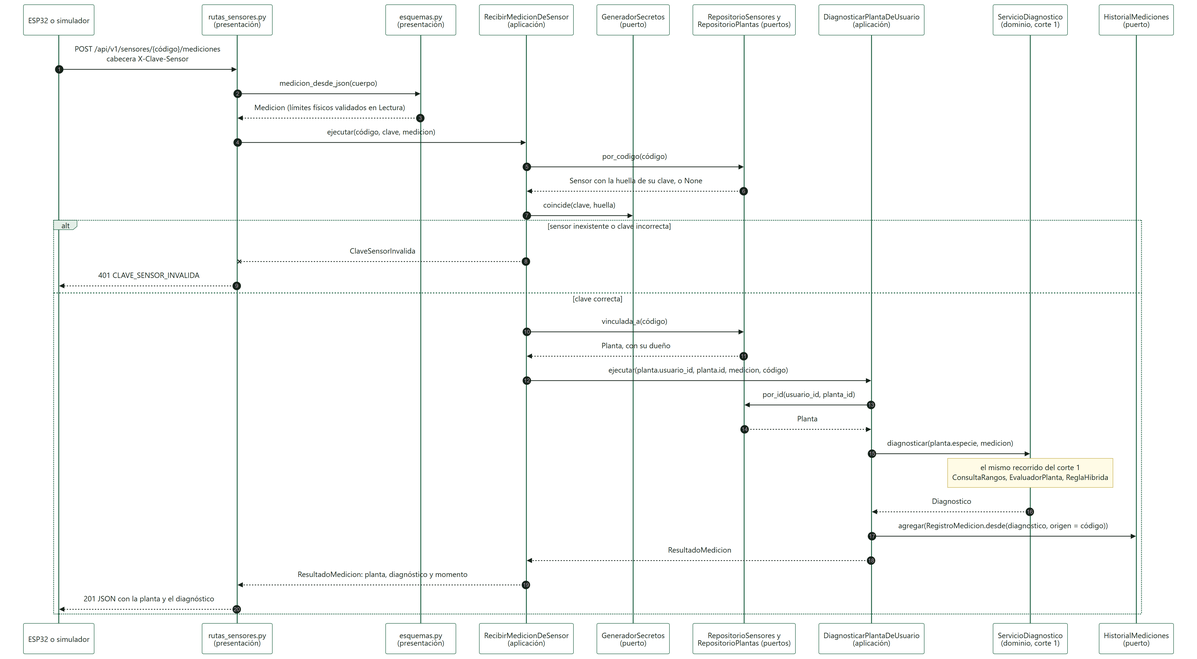
The Mermaid diagram docs/diagramas/secuencia-medicion-sensor.png in Pipelol0723/matera-inteligente, before a commit. Its source is kept beside it as docs/diagramas/secuencia-medicion-sensor.mmd.
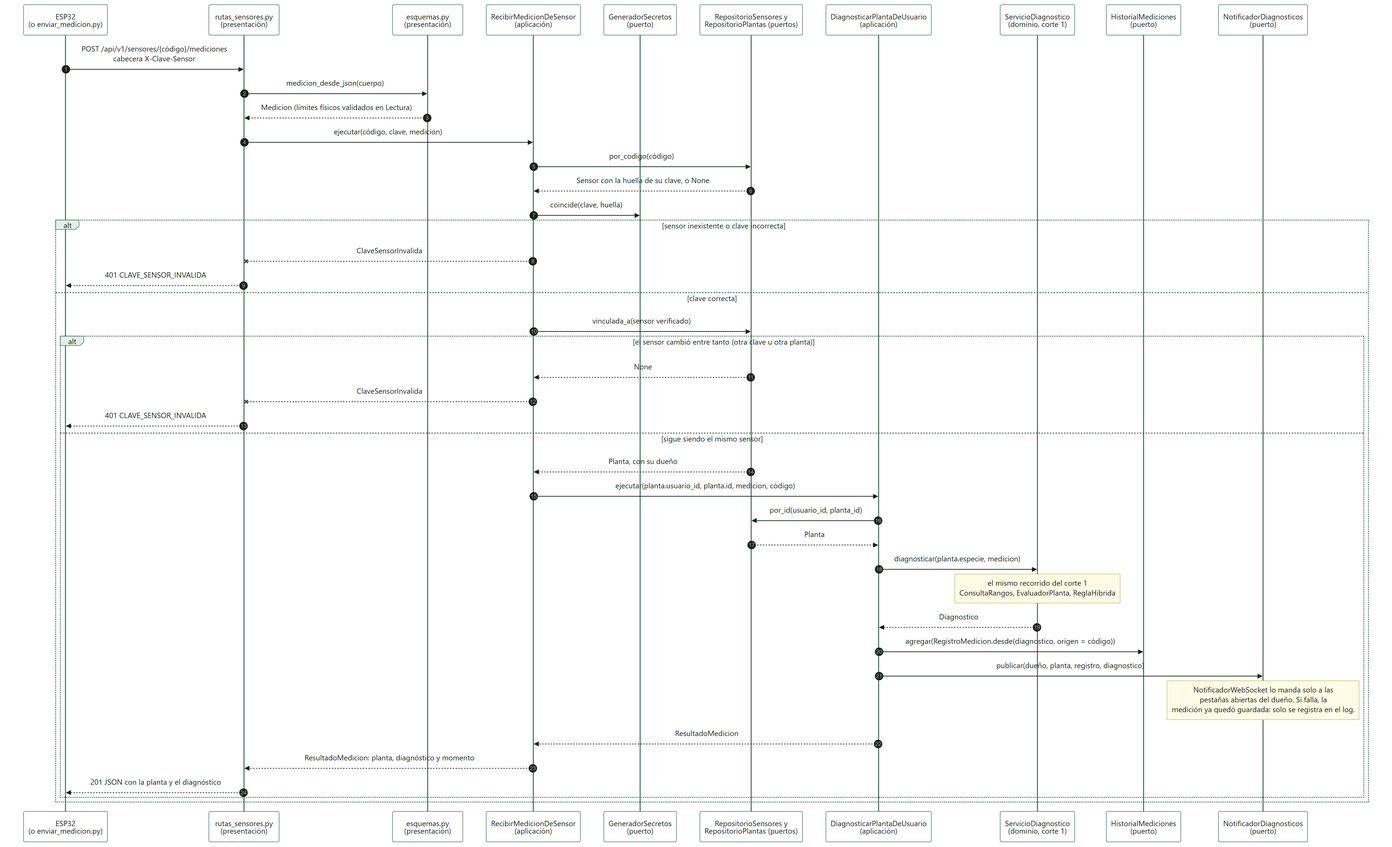
The same diagram one commit later.

The edit, as a diff of the source:
```diff
@@ -1,6 +1,6 @@
 sequenceDiagram
     autonumber
-    participant ESP as ESP32 o simulador
+    participant ESP as ESP32<br/>(o enviar_medicion.py)
     participant RS as rutas_sensores.py<br/>(presentación)
     participant E as esquemas.py<br/>(presentación)
     participant RM as RecibirMedicionDeSensor<br/>(aplicación)
@@ -9,6 +9,7 @@
     participant DU as DiagnosticarPlantaDeUsuario<br/>(aplicación)
     participant S as ServicioDiagnostico<br/>(dominio, corte 1)
     participant H as HistorialMediciones<br/>(puerto)
+    participant N as NotificadorDiagnosticos<br/>(puerto)
 
     ESP ->> RS: POST /api/v1/sensores/{código}/mediciones<br/>cabecera X-Clave-Sensor
     RS ->> E: medicion_desde_json(cuerpo)
@@ -21,16 +22,24 @@
         RM --x RS: ClaveSensorInvalida
         RS -->> ESP: 401 CLAVE_SENSOR_INVALIDA
     else clave correcta
-        RM ->> PS: vinculada_a(código)
-        PS -->> RM: Planta, con su dueño
-        RM ->> DU: ejecutar(planta.usuario_id, planta.id, medicion, código)
-        DU ->> PS: por_id(usuario_id, planta_id)
-        PS -->> DU: Planta
-        DU ->> S: diagnosticar(planta.especie, medicion)
-        Note over S: el mismo recorrido del corte 1<br/>ConsultaRangos, EvaluadorPlanta, ReglaHibrida
-        S -->> DU: Diagnostico
-        DU ->> H: agregar(RegistroMedicion.desde(diagnostico, origen = código))
-        DU -->> RM: ResultadoMedicion
-        RM -->> RS: ResultadoMedicion: planta, diagnóstico y momento
-        RS -->> ESP: 201 JSON con la planta y el diagnóstico
+        RM ->> PS: vinculada_a(sensor verificado)
+        alt el sensor cambió entre tanto (otra clave u otra planta)
+            PS -->> RM: None
+            RM --x RS: ClaveSensorInvalida
+            RS -->> ESP: 401 CLAVE_SENSOR_INVALIDA
+        else sigue siendo el mismo sensor
+            PS -->> RM: Planta, con su dueño
+            RM ->> DU: ejecutar(planta.usuario_id, planta.id, medicion, código)
+            DU ->> PS: por_id(usuario_id, planta_id)
+            PS -->> DU: Planta
+            DU ->> S: diagnosticar(planta.especie, medicion)
+            Note over S: el mismo recorrido del corte 1<br/>ConsultaRangos, EvaluadorPlanta, ReglaHibrida
+            S -->> DU: Diagnostico
+            DU ->> H: agregar(RegistroMedicion.desde(diagnostico, origen = código))
+            DU ->> N: publicar(dueño, planta, registro, diagnostico)
+            Note over N: NotificadorWebSocket lo manda solo a las<br/>pestañas abiertas del dueño. Si falla, la<br/>medición ya quedó guardada: solo se registra en el log.
+            DU -->> RM: ResultadoMedicion
+            RM -->> RS: ResultadoMedicion: planta, diagnóstico y momento
+            RS -->> ESP: 201 JSON con la planta y el diagnóstico
+        end
     end
```
